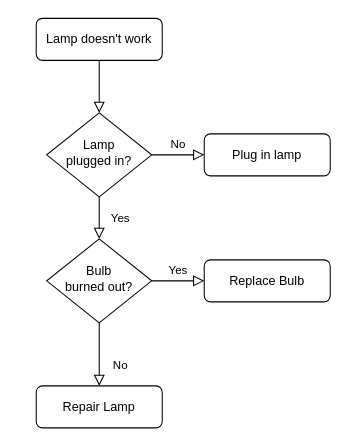
sw4655315/drawio keeps this draw.io diagram as 画图.drawio. Above is the earlier version. Source tidied: cells renumbered, new cells numbered last; positions are measured from the earlier drawing's top-left corner, leaving out a move shared by most shapes. Both pictures are drawn from the tidied source at 105%, with x=0, y=0 at pixel (36, 18).
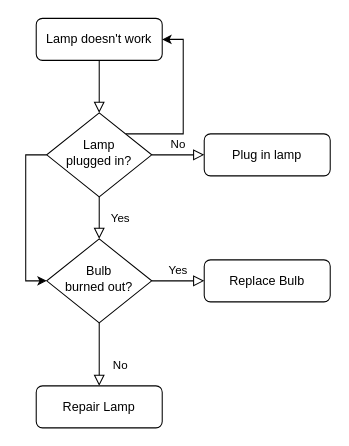
After the change.

Diff of the diagram source:
```diff
@@
 <mxGraphModel>
   <root>
     <mxCell id="0" />
     <mxCell id="1" parent="0" />
     <mxCell id="2" style="rounded=0;html=1;jettySize=auto;fontSize=11;endArrow=block;endFill=0;endSize=8;strokeWidth=1;shadow=0;labelBackgroundColor=none;edgeStyle=orthogonalEdgeStyle;" parent="1" edge="1" source="3" target="6">
       <mxGeometry relative="1" as="geometry" />
     </mxCell>
     <mxCell id="3" value="Lamp doesn't work" style="rounded=1;whiteSpace=wrap;html=1;fontSize=12;glass=0;strokeWidth=1;shadow=0;" parent="1" vertex="1">
       <mxGeometry width="120" height="40" as="geometry" />
     </mxCell>
     <mxCell id="4" value="Yes" style="rounded=0;html=1;jettySize=auto;fontSize=11;endArrow=block;endFill=0;endSize=8;strokeWidth=1;shadow=0;labelBackgroundColor=none;edgeStyle=orthogonalEdgeStyle;" parent="1" edge="1" source="6" target="10">
       <mxGeometry y="20" relative="1" as="geometry" />
     </mxCell>
     <mxCell id="5" value="No" style="edgeStyle=orthogonalEdgeStyle;rounded=0;html=1;jettySize=auto;fontSize=11;endArrow=block;endFill=0;endSize=8;strokeWidth=1;shadow=0;labelBackgroundColor=none;" parent="1" edge="1" source="6" target="7">
       <mxGeometry y="10" relative="1" as="geometry" />
     </mxCell>
+    <mxCell id="13" style="edgeStyle=orthogonalEdgeStyle;rounded=0;jettySize=auto;html=1;exitX=0;exitY=0.5;exitDx=0;exitDy=0;entryX=0;entryY=0.5;entryDx=0;entryDy=0;" parent="1" edge="1" source="6" target="10">
+      <mxGeometry relative="1" as="geometry" />
+    </mxCell>
+    <mxCell id="14" style="edgeStyle=orthogonalEdgeStyle;rounded=0;jettySize=auto;html=1;exitX=1;exitY=0;exitDx=0;exitDy=0;entryX=1;entryY=0.5;entryDx=0;entryDy=0;" parent="1" edge="1" source="6" target="3">
+      <mxGeometry relative="1" as="geometry">
+        <Array as="points">
+          <mxPoint x="140" y="110" />
+          <mxPoint x="140" y="20" />
+        </Array>
+      </mxGeometry>
+    </mxCell>
     <mxCell id="6" value="Lamp&lt;br&gt;plugged in?" style="rhombus;whiteSpace=wrap;html=1;shadow=0;fontFamily=Helvetica;fontSize=12;align=center;strokeWidth=1;spacing=6;spacingTop=-4;" parent="1" vertex="1">
       <mxGeometry x="10" y="90" width="100" height="80" as="geometry" />
     </mxCell>
     <mxCell id="7" value="Plug in lamp" style="rounded=1;whiteSpace=wrap;html=1;fontSize=12;glass=0;strokeWidth=1;shadow=0;" parent="1" vertex="1">
       <mxGeometry x="160" y="110" width="120" height="40" as="geometry" />
     </mxCell>
     <mxCell id="8" value="No" style="rounded=0;html=1;jettySize=auto;fontSize=11;endArrow=block;endFill=0;endSize=8;strokeWidth=1;shadow=0;labelBackgroundColor=none;edgeStyle=orthogonalEdgeStyle;" parent="1" edge="1" source="10" target="11">
       <mxGeometry x="0.33" y="20" relative="1" as="geometry" />
     </mxCell>
     <mxCell id="9" value="Yes" style="edgeStyle=orthogonalEdgeStyle;rounded=0;html=1;jettySize=auto;fontSize=11;endArrow=block;endFill=0;endSize=8;strokeWidth=1;shadow=0;labelBackgroundColor=none;" parent="1" edge="1" source="10" target="12">
       <mxGeometry y="10" relative="1" as="geometry" />
     </mxCell>
     <mxCell id="10" value="Bulb&lt;br&gt;burned out?" style="rhombus;whiteSpace=wrap;html=1;shadow=0;fontFamily=Helvetica;fontSize=12;align=center;strokeWidth=1;spacing=6;spacingTop=-4;" parent="1" vertex="1">
       <mxGeometry x="10" y="210" width="100" height="80" as="geometry" />
     </mxCell>
     <mxCell id="11" value="Repair Lamp" style="rounded=1;whiteSpace=wrap;html=1;fontSize=12;glass=0;strokeWidth=1;shadow=0;" parent="1" vertex="1">
       <mxGeometry y="350" width="120" height="40" as="geometry" />
     </mxCell>
     <mxCell id="12" value="Replace Bulb" style="rounded=1;whiteSpace=wrap;html=1;fontSize=12;glass=0;strokeWidth=1;shadow=0;" parent="1" vertex="1">
       <mxGeometry x="160" y="230" width="120" height="40" as="geometry" />
     </mxCell>
   </root>
 </mxGraphModel>
```
